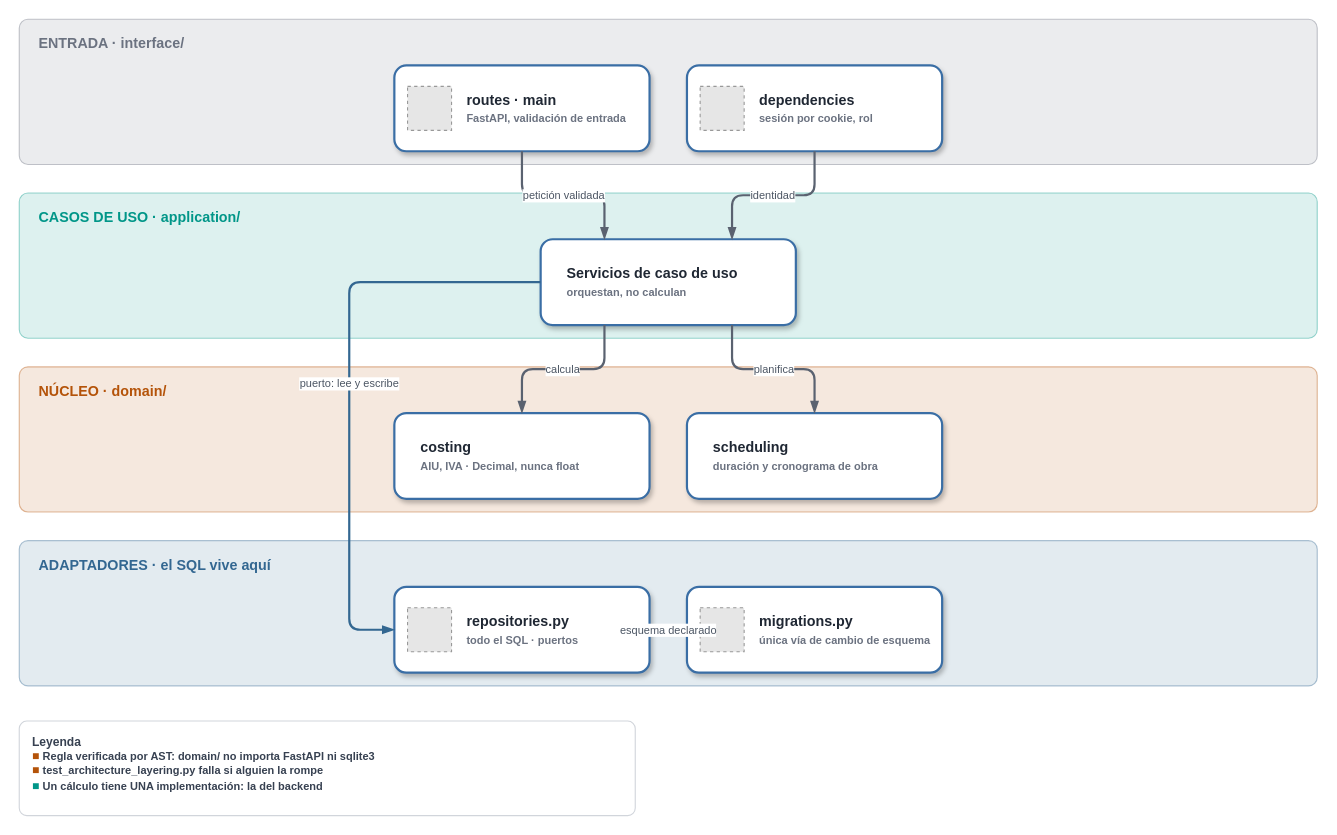
This is docs/diagrams/soma-capas.drawio from alucard9295-cell/Proyecto-SOMA, a draw.io file, before an edit. Source tidied: cells renumbered, new cells numbered last; positions are measured from the earlier drawing's top-left corner, leaving out a move shared by most shapes. Both pictures are drawn from the tidied source at 110%, with x=0, y=0 at pixel (19, 19). Pictures stored in the file or linked from it are replaced by grey dashed boxes.
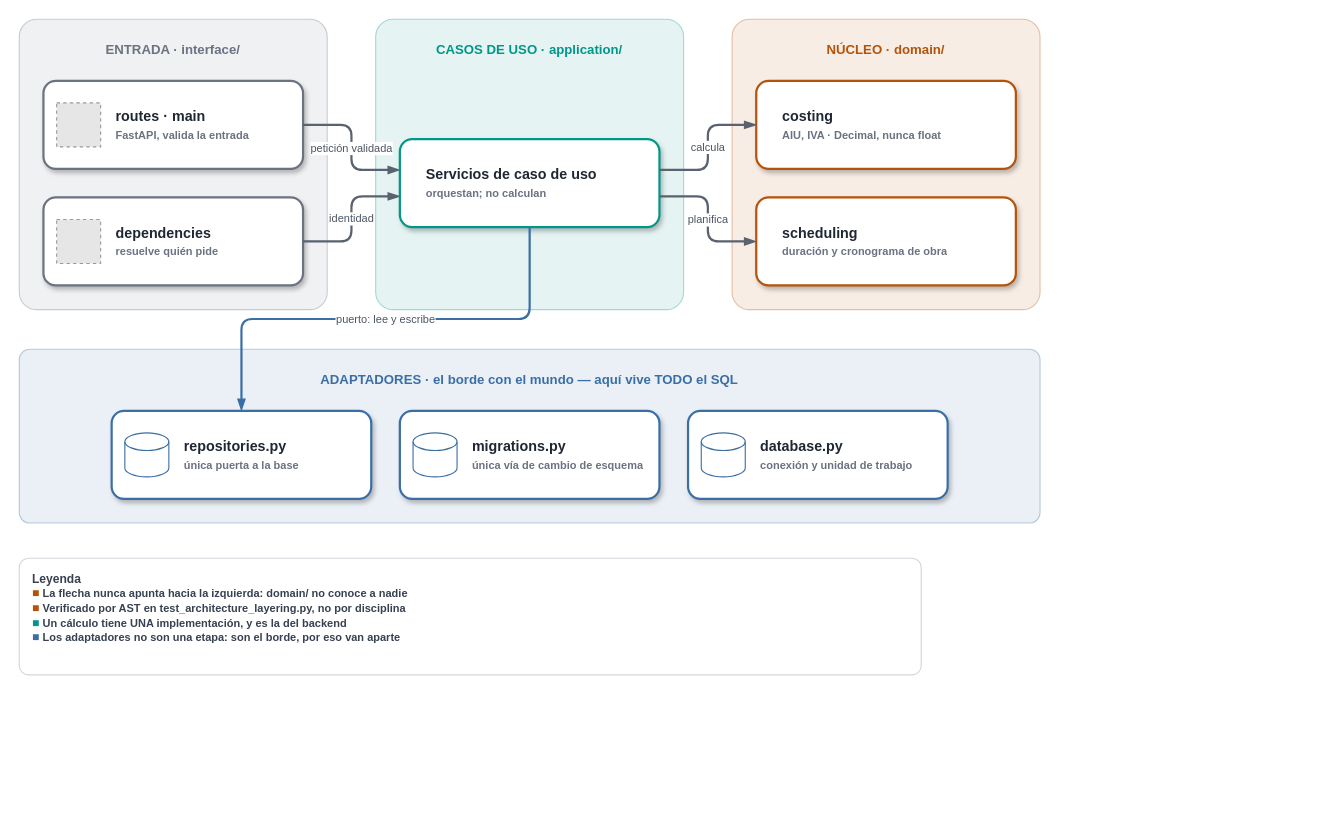
The same page after the edit.

Change to the diagram source:
```diff
@@
-    <mxCell id="2" value="ENTRADA  ·  interface/" style="rounded=1;arcSize=6;html=1;whiteSpace=wrap;fillColor=#6B728022;strokeColor=#6B728066;dashed=0;verticalAlign=top;align=left;spacingLeft=16;spacingTop=8;fontSize=13;fontStyle=1;fontColor=#6B7280;" parent="1" vertex="1">
-      <mxGeometry width="1180" height="132" as="geometry" />
+    <mxCell id="2" value="ENTRADA  ·  interface/" style="rounded=1;arcSize=6;html=1;whiteSpace=wrap;fillColor=#6B72801A;strokeColor=#6B728055;dashed=0;verticalAlign=top;align=center;spacingTop=14;fontSize=12;fontStyle=1;fontColor=#6B7280;" parent="1" vertex="1">
+      <mxGeometry width="280" height="264" as="geometry" />
     </mxCell>
+    <mxCell id="6" value="routes  ·  main&lt;br&gt;&lt;font style='font-size:10px' color='#6B7280'&gt;FastAPI, valida la entrada&lt;/font&gt;" style="rounded=1;arcSize=14;html=1;whiteSpace=wrap;fillColor=#FFFFFF;strokeColor=#6B7280;strokeWidth=2;align=left;spacingLeft=64;verticalAlign=middle;fontSize=13;fontStyle=1;fontColor=#1F2733;shadow=1;" parent="1" vertex="1">
+      <mxGeometry x="22" y="56" width="236" height="80" as="geometry" />
+    </mxCell>
-    <mxCell id="3" value="CASOS DE USO  ·  application/" style="rounded=1;arcSize=6;html=1;whiteSpace=wrap;fillColor=#00968822;strokeColor=#00968866;dashed=0;verticalAlign=top;align=left;spacingLeft=16;spacingTop=8;fontSize=13;fontStyle=1;fontColor=#009688;" parent="1" vertex="1">
-      <mxGeometry y="158" width="1180" height="132" as="geometry" />
+    <mxCell id="3" style="fillColor=#E6E6E6;strokeColor=#999999;dashed=1;html=1;" parent="6" vertex="1">
+      <mxGeometry x="12" y="20" width="40" height="40" as="geometry" />
     </mxCell>
+    <mxCell id="8" value="dependencies&lt;br&gt;&lt;font style='font-size:10px' color='#6B7280'&gt;resuelve quién pide&lt;/font&gt;" style="rounded=1;arcSize=14;html=1;whiteSpace=wrap;fillColor=#FFFFFF;strokeColor=#6B7280;strokeWidth=2;align=left;spacingLeft=64;verticalAlign=middle;fontSize=13;fontStyle=1;fontColor=#1F2733;shadow=1;" parent="1" vertex="1">
+      <mxGeometry x="22" y="162" width="236" height="80" as="geometry" />
+    </mxCell>
-    <mxCell id="4" value="NÚCLEO  ·  domain/" style="rounded=1;arcSize=6;html=1;whiteSpace=wrap;fillColor=#B4530922;strokeColor=#B4530966;dashed=0;verticalAlign=top;align=left;spacingLeft=16;spacingTop=8;fontSize=13;fontStyle=1;fontColor=#B45309;" parent="1" vertex="1">
-      <mxGeometry y="316" width="1180" height="132" as="geometry" />
+    <mxCell id="4" style="fillColor=#E6E6E6;strokeColor=#999999;dashed=1;html=1;" parent="8" vertex="1">
+      <mxGeometry x="12" y="20" width="40" height="40" as="geometry" />
     </mxCell>
-    <mxCell id="5" value="ADAPTADORES  ·  el SQL vive aquí" style="rounded=1;arcSize=6;html=1;whiteSpace=wrap;fillColor=#33679122;strokeColor=#33679166;dashed=0;verticalAlign=top;align=left;spacingLeft=16;spacingTop=8;fontSize=13;fontStyle=1;fontColor=#336791;" parent="1" vertex="1">
-      <mxGeometry y="474" width="1180" height="132" as="geometry" />
+    <mxCell id="5" value="CASOS DE USO  ·  application/" style="rounded=1;arcSize=6;html=1;whiteSpace=wrap;fillColor=#0096881A;strokeColor=#00968855;dashed=0;verticalAlign=top;align=center;spacingTop=14;fontSize=12;fontStyle=1;fontColor=#009688;" parent="1" vertex="1">
+      <mxGeometry x="324" width="280" height="264" as="geometry" />
     </mxCell>
-    <mxCell id="6" value="routes  ·  main&lt;br&gt;&lt;font style='font-size:10px' color='#6B7280'&gt;FastAPI, validación de entrada&lt;/font&gt;" style="rounded=1;arcSize=14;html=1;whiteSpace=wrap;fillColor=#FFFFFF;strokeColor=#3A6EA5;strokeWidth=2;align=left;spacingLeft=64;verticalAlign=middle;fontSize=13;fontStyle=1;fontColor=#1F2733;shadow=1;" parent="1" vertex="1">
-      <mxGeometry x="341" y="42" width="232" height="78" as="geometry" />
-    </mxCell>
+    <mxCell id="10" value="Servicios de caso de uso&lt;br&gt;&lt;font style='font-size:10px' color='#6B7280'&gt;orquestan; no calculan&lt;/font&gt;" style="rounded=1;arcSize=14;html=1;whiteSpace=wrap;fillColor=#FFFFFF;strokeColor=#009688;strokeWidth=2;align=left;spacingLeft=22;verticalAlign=middle;fontSize=13;fontStyle=1;fontColor=#1F2733;shadow=1;" parent="1" vertex="1">
+      <mxGeometry x="346" y="109" width="236" height="80" as="geometry" />
+    </mxCell>
-    <mxCell id="7" style="fillColor=#E6E6E6;strokeColor=#999999;dashed=1;html=1;" parent="6" vertex="1">
-      <mxGeometry x="12" y="19" width="40" height="40" as="geometry" />
+    <mxCell id="7" value="NÚCLEO  ·  domain/" style="rounded=1;arcSize=6;html=1;whiteSpace=wrap;fillColor=#B453091A;strokeColor=#B4530955;dashed=0;verticalAlign=top;align=center;spacingTop=14;fontSize=12;fontStyle=1;fontColor=#B45309;" parent="1" vertex="1">
+      <mxGeometry x="648" width="280" height="264" as="geometry" />
     </mxCell>
-    <mxCell id="8" value="dependencies&lt;br&gt;&lt;font style='font-size:10px' color='#6B7280'&gt;sesión por cookie, rol&lt;/font&gt;" style="rounded=1;arcSize=14;html=1;whiteSpace=wrap;fillColor=#FFFFFF;strokeColor=#3A6EA5;strokeWidth=2;align=left;spacingLeft=64;verticalAlign=middle;fontSize=13;fontStyle=1;fontColor=#1F2733;shadow=1;" parent="1" vertex="1">
-      <mxGeometry x="607" y="42" width="232" height="78" as="geometry" />
-    </mxCell>
-    <mxCell id="9" style="fillColor=#E6E6E6;strokeColor=#999999;dashed=1;html=1;" parent="8" vertex="1">
-      <mxGeometry x="12" y="19" width="40" height="40" as="geometry" />
-    </mxCell>
-    <mxCell id="10" value="Servicios de caso de uso&lt;br&gt;&lt;font style='font-size:10px' color='#6B7280'&gt;orquestan, no calculan&lt;/font&gt;" style="rounded=1;arcSize=14;html=1;whiteSpace=wrap;fillColor=#FFFFFF;strokeColor=#3A6EA5;strokeWidth=2;align=left;spacingLeft=22;verticalAlign=middle;fontSize=13;fontStyle=1;fontColor=#1F2733;shadow=1;" parent="1" vertex="1">
-      <mxGeometry x="474" y="200" width="232" height="78" as="geometry" />
-    </mxCell>
-    <mxCell id="11" value="costing&lt;br&gt;&lt;font style='font-size:10px' color='#6B7280'&gt;AIU, IVA  ·  Decimal, nunca float&lt;/font&gt;" style="rounded=1;arcSize=14;html=1;whiteSpace=wrap;fillColor=#FFFFFF;strokeColor=#3A6EA5;strokeWidth=2;align=left;spacingLeft=22;verticalAlign=middle;fontSize=13;fontStyle=1;fontColor=#1F2733;shadow=1;" parent="1" vertex="1">
-      <mxGeometry x="341" y="358" width="232" height="78" as="geometry" />
+    <mxCell id="11" value="costing&lt;br&gt;&lt;font style='font-size:10px' color='#6B7280'&gt;AIU, IVA  ·  Decimal, nunca float&lt;/font&gt;" style="rounded=1;arcSize=14;html=1;whiteSpace=wrap;fillColor=#FFFFFF;strokeColor=#B45309;strokeWidth=2;align=left;spacingLeft=22;verticalAlign=middle;fontSize=13;fontStyle=1;fontColor=#1F2733;shadow=1;" parent="1" vertex="1">
+      <mxGeometry x="670" y="56" width="236" height="80" as="geometry" />
     </mxCell>
-    <mxCell id="12" value="scheduling&lt;br&gt;&lt;font style='font-size:10px' color='#6B7280'&gt;duración y cronograma de obra&lt;/font&gt;" style="rounded=1;arcSize=14;html=1;whiteSpace=wrap;fillColor=#FFFFFF;strokeColor=#3A6EA5;strokeWidth=2;align=left;spacingLeft=22;verticalAlign=middle;fontSize=13;fontStyle=1;fontColor=#1F2733;shadow=1;" parent="1" vertex="1">
-      <mxGeometry x="607" y="358" width="232" height="78" as="geometry" />
+    <mxCell id="12" value="scheduling&lt;br&gt;&lt;font style='font-size:10px' color='#6B7280'&gt;duración y cronograma de obra&lt;/font&gt;" style="rounded=1;arcSize=14;html=1;whiteSpace=wrap;fillColor=#FFFFFF;strokeColor=#B45309;strokeWidth=2;align=left;spacingLeft=22;verticalAlign=middle;fontSize=13;fontStyle=1;fontColor=#1F2733;shadow=1;" parent="1" vertex="1">
+      <mxGeometry x="670" y="162" width="236" height="80" as="geometry" />
     </mxCell>
-    <mxCell id="13" value="repositories.py&lt;br&gt;&lt;font style='font-size:10px' color='#6B7280'&gt;todo el SQL  ·  puertos&lt;/font&gt;" style="rounded=1;arcSize=14;html=1;whiteSpace=wrap;fillColor=#FFFFFF;strokeColor=#3A6EA5;strokeWidth=2;align=left;spacingLeft=64;verticalAlign=middle;fontSize=13;fontStyle=1;fontColor=#1F2733;shadow=1;" parent="1" vertex="1">
-      <mxGeometry x="341" y="516" width="232" height="78" as="geometry" />
-    </mxCell>
+    <mxCell id="9" value="petición validada" style="edgeStyle=orthogonalEdgeStyle;rounded=1;html=1;jumpStyle=arc;jumpSize=8;strokeColor=#5A6270;strokeWidth=2;endArrow=blockThin;endFill=1;fontSize=10;fontColor=#4B5563;labelBackgroundColor=#FFFFFF;exitX=1;exitY=0.5;exitDx=0;exitDy=0;entryX=0;entryY=0.35;entryDx=0;entryDy=0;" parent="1" edge="1" source="6" target="10">
+      <mxGeometry relative="1" as="geometry" />
+    </mxCell>
-    <mxCell id="14" style="fillColor=#E6E6E6;strokeColor=#999999;dashed=1;html=1;" parent="13" vertex="1">
-      <mxGeometry x="12" y="19" width="40" height="40" as="geometry" />
+    <mxCell id="14" value="identidad" style="edgeStyle=orthogonalEdgeStyle;rounded=1;html=1;jumpStyle=arc;jumpSize=8;strokeColor=#5A6270;strokeWidth=2;endArrow=blockThin;endFill=1;fontSize=10;fontColor=#4B5563;labelBackgroundColor=#FFFFFF;exitX=1;exitY=0.5;exitDx=0;exitDy=0;entryX=0;entryY=0.65;entryDx=0;entryDy=0;" parent="1" edge="1" source="8" target="10">
+      <mxGeometry relative="1" as="geometry" />
     </mxCell>
-    <mxCell id="15" value="migrations.py&lt;br&gt;&lt;font style='font-size:10px' color='#6B7280'&gt;única vía de cambio de esquema&lt;/font&gt;" style="rounded=1;arcSize=14;html=1;whiteSpace=wrap;fillColor=#FFFFFF;strokeColor=#3A6EA5;strokeWidth=2;align=left;spacingLeft=64;verticalAlign=middle;fontSize=13;fontStyle=1;fontColor=#1F2733;shadow=1;" parent="1" vertex="1">
-      <mxGeometry x="607" y="516" width="232" height="78" as="geometry" />
-    </mxCell>
-    <mxCell id="16" style="fillColor=#E6E6E6;strokeColor=#999999;dashed=1;html=1;" parent="15" vertex="1">
-      <mxGeometry x="12" y="19" width="40" height="40" as="geometry" />
+    <mxCell id="16" value="calcula" style="edgeStyle=orthogonalEdgeStyle;rounded=1;html=1;jumpStyle=arc;jumpSize=8;strokeColor=#5A6270;strokeWidth=2;endArrow=blockThin;endFill=1;fontSize=10;fontColor=#4B5563;labelBackgroundColor=#FFFFFF;exitX=1;exitY=0.35;exitDx=0;exitDy=0;entryX=0;entryY=0.5;entryDx=0;entryDy=0;" parent="1" edge="1" source="10" target="11">
+      <mxGeometry relative="1" as="geometry" />
     </mxCell>
-    <mxCell id="17" value="petición validada" style="edgeStyle=orthogonalEdgeStyle;rounded=1;html=1;jumpStyle=arc;jumpSize=8;strokeColor=#5A6270;strokeWidth=2;endArrow=blockThin;endFill=1;fontSize=10;fontColor=#4B5563;labelBackgroundColor=#FFFFFF;exitX=0.5;exitY=1;exitDx=0;exitDy=0;entryX=0.25;entryY=0;entryDx=0;entryDy=0;" parent="1" edge="1" source="6" target="10">
+    <mxCell id="17" value="planifica" style="edgeStyle=orthogonalEdgeStyle;rounded=1;html=1;jumpStyle=arc;jumpSize=8;strokeColor=#5A6270;strokeWidth=2;endArrow=blockThin;endFill=1;fontSize=10;fontColor=#4B5563;labelBackgroundColor=#FFFFFF;exitX=1;exitY=0.65;exitDx=0;exitDy=0;entryX=0;entryY=0.5;entryDx=0;entryDy=0;" parent="1" edge="1" source="10" target="12">
       <mxGeometry relative="1" as="geometry" />
     </mxCell>
-    <mxCell id="18" value="identidad" style="edgeStyle=orthogonalEdgeStyle;rounded=1;html=1;jumpStyle=arc;jumpSize=8;strokeColor=#5A6270;strokeWidth=2;endArrow=blockThin;endFill=1;fontSize=10;fontColor=#4B5563;labelBackgroundColor=#FFFFFF;exitX=0.5;exitY=1;exitDx=0;exitDy=0;entryX=0.75;entryY=0;entryDx=0;entryDy=0;" parent="1" edge="1" source="8" target="10">
-      <mxGeometry relative="1" as="geometry" />
+    <mxCell id="18" value="ADAPTADORES  ·  el borde con el mundo — aquí vive TODO el SQL" style="rounded=1;arcSize=6;html=1;whiteSpace=wrap;fillColor=#3A6EA51A;strokeColor=#3A6EA555;dashed=0;verticalAlign=top;align=center;spacingTop=14;fontSize=12;fontStyle=1;fontColor=#3A6EA5;" parent="1" vertex="1">
+      <mxGeometry y="300" width="928" height="158" as="geometry" />
     </mxCell>
+    <mxCell id="13" value="repositories.py&lt;br&gt;&lt;font style='font-size:10px' color='#6B7280'&gt;única puerta a la base&lt;/font&gt;" style="rounded=1;arcSize=14;html=1;whiteSpace=wrap;fillColor=#FFFFFF;strokeColor=#3A6EA5;strokeWidth=2;align=left;spacingLeft=64;verticalAlign=middle;fontSize=13;fontStyle=1;fontColor=#1F2733;shadow=1;" parent="1" vertex="1">
+      <mxGeometry x="84" y="356" width="236" height="80" as="geometry" />
+    </mxCell>
-    <mxCell id="19" value="calcula" style="edgeStyle=orthogonalEdgeStyle;rounded=1;html=1;jumpStyle=arc;jumpSize=8;strokeColor=#5A6270;strokeWidth=2;endArrow=blockThin;endFill=1;fontSize=10;fontColor=#4B5563;labelBackgroundColor=#FFFFFF;exitX=0.25;exitY=1;exitDx=0;exitDy=0;entryX=0.5;entryY=0;entryDx=0;entryDy=0;" parent="1" edge="1" source="10" target="11">
-      <mxGeometry relative="1" as="geometry" />
+    <mxCell id="19" style="shape=cylinder3;whiteSpace=wrap;html=1;boundedLbl=1;backgroundOutline=1;size=8;fillColor=#FFFFFF;strokeColor=#3A6EA5;" parent="13" vertex="1">
+      <mxGeometry x="12" y="20" width="40" height="40" as="geometry" />
     </mxCell>
+    <mxCell id="15" value="migrations.py&lt;br&gt;&lt;font style='font-size:10px' color='#6B7280'&gt;única vía de cambio de esquema&lt;/font&gt;" style="rounded=1;arcSize=14;html=1;whiteSpace=wrap;fillColor=#FFFFFF;strokeColor=#3A6EA5;strokeWidth=2;align=left;spacingLeft=64;verticalAlign=middle;fontSize=13;fontStyle=1;fontColor=#1F2733;shadow=1;" parent="1" vertex="1">
+      <mxGeometry x="346" y="356" width="236" height="80" as="geometry" />
+    </mxCell>
-    <mxCell id="20" value="planifica" style="edgeStyle=orthogonalEdgeStyle;rounded=1;html=1;jumpStyle=arc;jumpSize=8;strokeColor=#5A6270;strokeWidth=2;endArrow=blockThin;endFill=1;fontSize=10;fontColor=#4B5563;labelBackgroundColor=#FFFFFF;exitX=0.75;exitY=1;exitDx=0;exitDy=0;entryX=0.5;entryY=0;entryDx=0;entryDy=0;" parent="1" edge="1" source="10" target="12">
-      <mxGeometry relative="1" as="geometry" />
+    <mxCell id="20" style="shape=cylinder3;whiteSpace=wrap;html=1;boundedLbl=1;backgroundOutline=1;size=8;fillColor=#FFFFFF;strokeColor=#3A6EA5;" parent="15" vertex="1">
+      <mxGeometry x="12" y="20" width="40" height="40" as="geometry" />
     </mxCell>
+    <mxCell id="24" value="database.py&lt;br&gt;&lt;font style='font-size:10px' color='#6B7280'&gt;conexión y unidad de trabajo&lt;/font&gt;" style="rounded=1;arcSize=14;html=1;whiteSpace=wrap;fillColor=#FFFFFF;strokeColor=#3A6EA5;strokeWidth=2;align=left;spacingLeft=64;verticalAlign=middle;fontSize=13;fontStyle=1;fontColor=#1F2733;shadow=1;" parent="1" vertex="1">
+      <mxGeometry x="608" y="356" width="236" height="80" as="geometry" />
+    </mxCell>
-    <mxCell id="21" value="puerto: lee y escribe" style="edgeStyle=orthogonalEdgeStyle;rounded=1;html=1;jumpStyle=arc;jumpSize=8;strokeColor=#336791;strokeWidth=2;endArrow=blockThin;endFill=1;fontSize=10;fontColor=#4B5563;labelBackgroundColor=#FFFFFF;exitX=0;exitY=0.5;exitDx=0;exitDy=0;entryX=0;entryY=0.5;entryDx=0;entryDy=0;" parent="1" edge="1" source="10" target="13">
-      <mxGeometry relative="1" as="geometry">
-        <Array as="points">
-          <mxPoint x="300" y="239" />
-          <mxPoint x="300" y="555" />
-        </Array>
-      </mxGeometry>
+    <mxCell id="21" style="shape=cylinder3;whiteSpace=wrap;html=1;boundedLbl=1;backgroundOutline=1;size=8;fillColor=#FFFFFF;strokeColor=#3A6EA5;" parent="24" vertex="1">
+      <mxGeometry x="12" y="20" width="40" height="40" as="geometry" />
     </mxCell>
-    <mxCell id="22" value="esquema declarado" style="edgeStyle=orthogonalEdgeStyle;rounded=1;html=1;jumpStyle=arc;jumpSize=8;strokeColor=#336791;strokeWidth=2;endArrow=blockThin;endFill=1;fontSize=10;fontColor=#4B5563;labelBackgroundColor=#FFFFFF;exitX=1;exitY=0.5;exitDx=0;exitDy=0;entryX=0;entryY=0.5;entryDx=0;entryDy=0;" parent="1" edge="1" source="13" target="15">
+    <mxCell id="22" value="puerto: lee y escribe" style="edgeStyle=orthogonalEdgeStyle;rounded=1;html=1;jumpStyle=arc;jumpSize=8;strokeColor=#3A6EA5;strokeWidth=2;endArrow=blockThin;endFill=1;fontSize=10;fontColor=#4B5563;labelBackgroundColor=#FFFFFF;exitX=0.5;exitY=1;exitDx=0;exitDy=0;entryX=0.5;entryY=0;entryDx=0;entryDy=0;" parent="1" edge="1" source="10" target="13">
       <mxGeometry relative="1" as="geometry" />
     </mxCell>
-    <mxCell id="23" value="Leyenda&lt;br&gt;&lt;font color='#B45309'&gt;&amp;#9632;&lt;/font&gt; &lt;font style='font-size:10px'&gt;Regla verificada por AST: domain/ no importa FastAPI ni sqlite3&lt;/font&gt;&lt;br&gt;&lt;font color='#B45309'&gt;&amp;#9632;&lt;/font&gt; &lt;font style='font-size:10px'&gt;test_architecture_layering.py falla si alguien la rompe&lt;/font&gt;&lt;br&gt;&lt;font color='#009688'&gt;&amp;#9632;&lt;/font&gt; &lt;font style='font-size:10px'&gt;Un cálculo tiene UNA implementación: la del backend&lt;/font&gt;" style="rounded=1;arcSize=8;html=1;whiteSpace=wrap;fillColor=#FFFFFF;strokeColor=#D1D5DB;align=left;verticalAlign=top;spacingLeft=10;spacingTop=6;fontSize=11;fontStyle=1;fontColor=#374151;" parent="1" vertex="1">
-      <mxGeometry y="638" width="560" height="86" as="geometry" />
+    <mxCell id="23" value="Leyenda&lt;br&gt;&lt;font color='#B45309'&gt;&amp;#9632;&lt;/font&gt; &lt;font style='font-size:10px'&gt;La flecha nunca apunta hacia la izquierda: domain/ no conoce a nadie&lt;/font&gt;&lt;br&gt;&lt;font color='#B45309'&gt;&amp;#9632;&lt;/font&gt; &lt;font style='font-size:10px'&gt;Verificado por AST en test_architecture_layering.py, no por disciplina&lt;/font&gt;&lt;br&gt;&lt;font color='#009688'&gt;&amp;#9632;&lt;/font&gt; &lt;font style='font-size:10px'&gt;Un cálculo tiene UNA implementación, y es la del backend&lt;/font&gt;&lt;br&gt;&lt;font color='#3A6EA5'&gt;&amp;#9632;&lt;/font&gt; &lt;font style='font-size:10px'&gt;Los adaptadores no son una etapa: son el borde, por eso van aparte&lt;/font&gt;" style="rounded=1;arcSize=8;html=1;whiteSpace=wrap;fillColor=#FFFFFF;strokeColor=#D1D5DB;align=left;verticalAlign=top;spacingLeft=10;spacingTop=6;fontSize=11;fontStyle=1;fontColor=#374151;" parent="1" vertex="1">
+      <mxGeometry y="490" width="820" height="106" as="geometry" />
     </mxCell>
```
